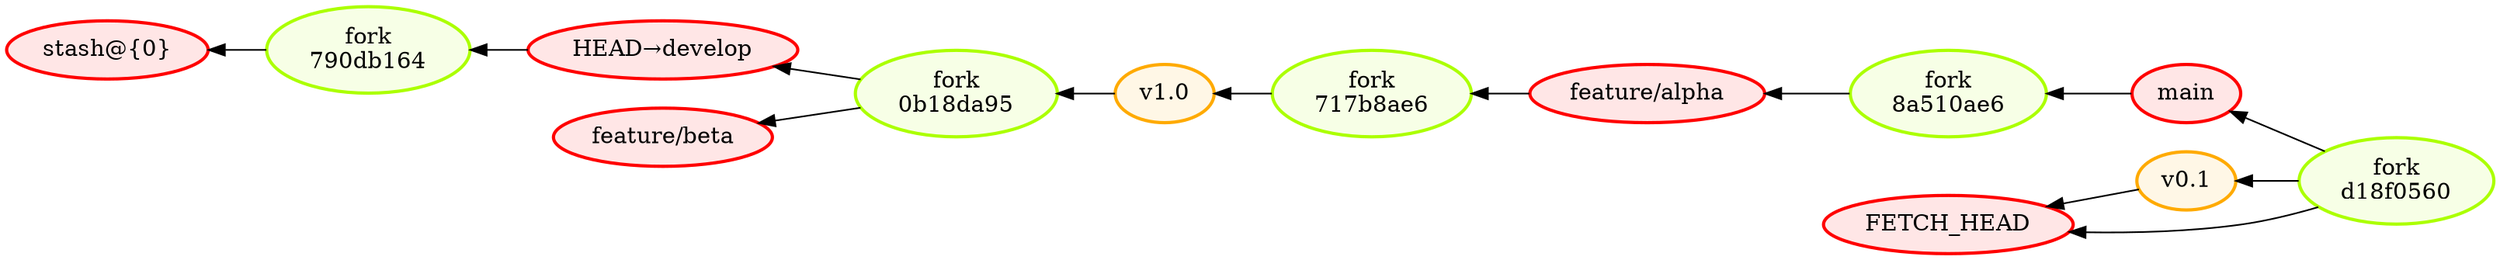
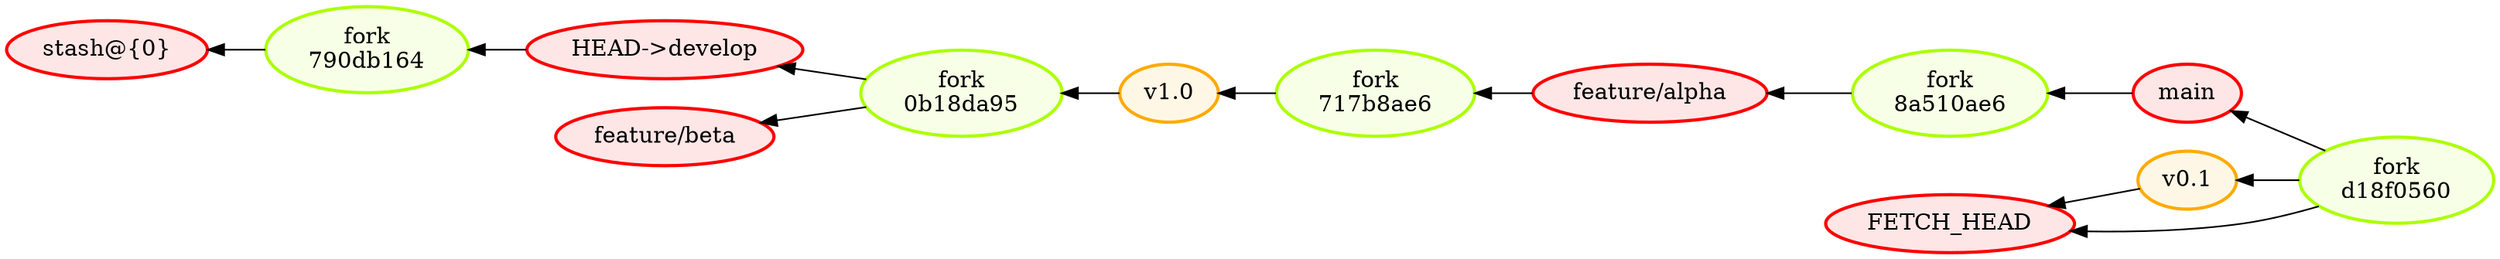
digraph {
	graph [rankdir=RL]
- 	develop [label="HEAD→develop" color="0.000 1.000 1.000" fillcolor="0.000 0.100 1.000" penwidth=2 style=filled]
+ 	develop [label="HEAD->develop" color="0.000 1.000 1.000" fillcolor="0.000 0.100 1.000" penwidth=2 style=filled]
	"feature/alpha" [label="feature/alpha" color="0.000 1.000 1.000" fillcolor="0.000 0.100 1.000" penwidth=2 style=filled]
	"feature/beta" [label="feature/beta" color="0.000 1.000 1.000" fillcolor="0.000 0.100 1.000" penwidth=2 style=filled]
	main [label=main color="0.000 1.000 1.000" fillcolor="0.000 0.100 1.000" penwidth=2 style=filled]
	"v0.1" [label="v0.1" color="0.111 1.000 1.000" fillcolor="0.111 0.100 1.000" penwidth=2 style=filled]
	"v1.0" [label="v1.0" color="0.111 1.000 1.000" fillcolor="0.111 0.100 1.000" penwidth=2 style=filled]
	"stash@{0}" [label="stash@{0}" color="0.000 1.000 1.000" fillcolor="0.000 0.100 1.000" penwidth=2 style=filled]
	FETCH_HEAD [label=FETCH_HEAD color="0.000 1.000 1.000" fillcolor="0.000 0.100 1.000" penwidth=2 style=filled]
	"0b18da950bf84d50fbc7562a4747f13094fc85df" [label="fork
0b18da95" color="0.222 1.000 1.000" fillcolor="0.222 0.100 1.000" penwidth=2 style=filled]
	"717b8ae6fe822a635bb36b718f6a7cb2a27863a5" [label="fork
717b8ae6" color="0.222 1.000 1.000" fillcolor="0.222 0.100 1.000" penwidth=2 style=filled]
	"790db164f18098ef413853e56f7d93e70a2c187a" [label="fork
790db164" color="0.222 1.000 1.000" fillcolor="0.222 0.100 1.000" penwidth=2 style=filled]
	"8a510ae66f449135f143a5099d7f7c8755c8fe9a" [label="fork
8a510ae6" color="0.222 1.000 1.000" fillcolor="0.222 0.100 1.000" penwidth=2 style=filled]
	d18f056029432df7a41eacf452447a111f0f4a12 [label="fork
d18f0560" color="0.222 1.000 1.000" fillcolor="0.222 0.100 1.000" penwidth=2 style=filled]
	"0b18da950bf84d50fbc7562a4747f13094fc85df" -> develop [label=""]
	"0b18da950bf84d50fbc7562a4747f13094fc85df" -> "feature/beta" [label=""]
	"790db164f18098ef413853e56f7d93e70a2c187a" -> "stash@{0}" [label=""]
	"8a510ae66f449135f143a5099d7f7c8755c8fe9a" -> "feature/alpha" [label=""]
	"717b8ae6fe822a635bb36b718f6a7cb2a27863a5" -> "v1.0" [label=""]
	d18f056029432df7a41eacf452447a111f0f4a12 -> main [label=""]
	"v0.1" -> FETCH_HEAD [label=""]
	"feature/alpha" -> "717b8ae6fe822a635bb36b718f6a7cb2a27863a5" [label=""]
	main -> "8a510ae66f449135f143a5099d7f7c8755c8fe9a" [label=""]
	d18f056029432df7a41eacf452447a111f0f4a12 -> "v0.1" [label=""]
	"v1.0" -> "0b18da950bf84d50fbc7562a4747f13094fc85df" [label=""]
	develop -> "790db164f18098ef413853e56f7d93e70a2c187a" [label=""]
	d18f056029432df7a41eacf452447a111f0f4a12 -> FETCH_HEAD [label=""]
}
